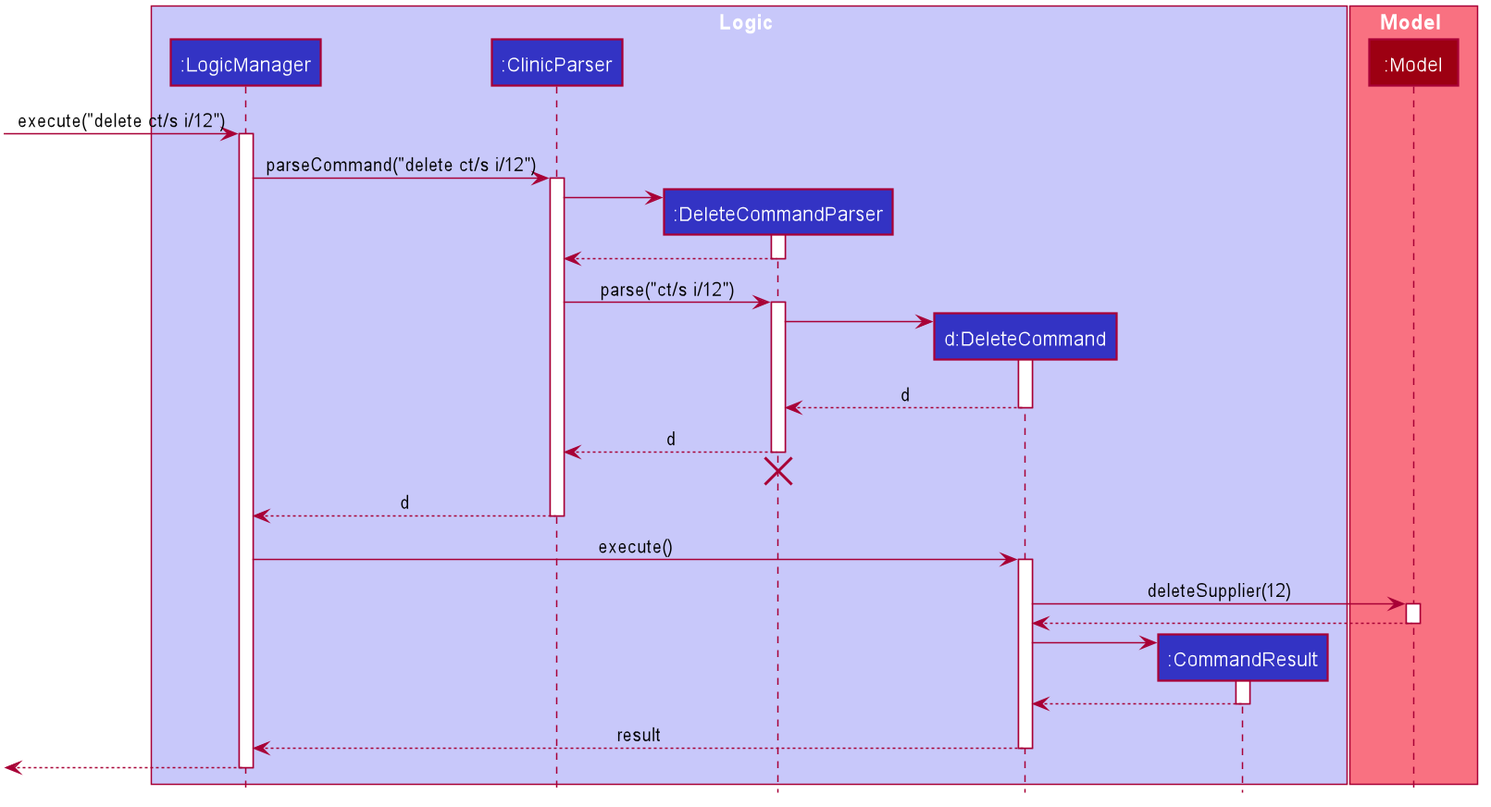
tohyuting/tp keeps this PlantUML diagram as docs/images/DeleteSequenceDiagram.png. Above is the earlier version.
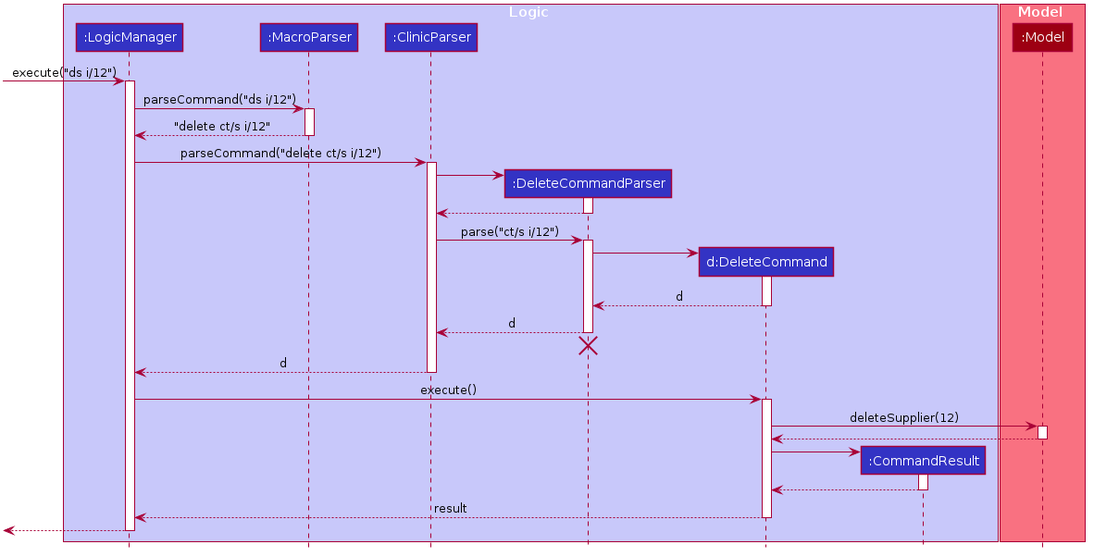
The same diagram one commit later.

Commit message:
Generate PNG images for PlantUML diagrams

Change to the diagram source:
```diff
@@ -50,6 +50,7 @@
 
 box Logic #C8C8FA
 participant ":LogicManager" as LogicManager #3333C4
+participant ":MacroParser" as MacroParser #3333C4
 participant ":ClinicParser" as ClinicParser #3333C4
 participant ":DeleteCommandParser" as DeleteCommandParser #3333C4
 participant "d:DeleteCommand" as DeleteCommand #3333C4
@@ -60,8 +61,14 @@
 participant ":Model" as Model #9D0012
 end box
 
-[-> LogicManager : execute("delete ct/s i/12")
+[-> LogicManager : execute("ds i/12")
 activate LogicManager
+
+LogicManager -> MacroParser : parseCommand("ds i/12")
+activate MacroParser
+
+MacroParser --> LogicManager : "delete ct/s i/12"
+deactivate MacroParser
 
 LogicManager -> ClinicParser : parseCommand("delete ct/s i/12")
 activate ClinicParser
```
